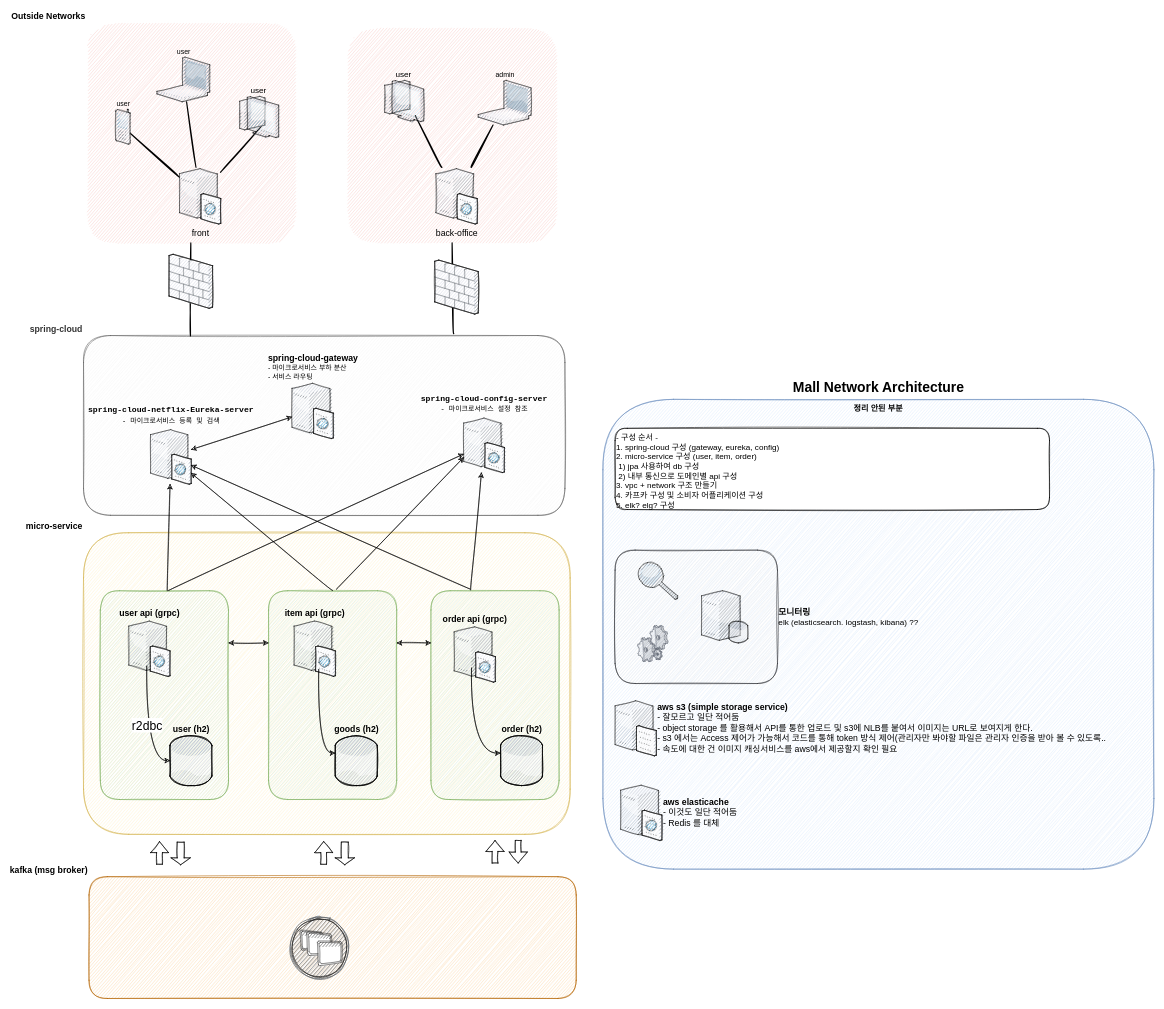
The draw.io diagram architecture/mall-architecture.drawio in kyoDaddy/spring-cloud-multi-module, before the edit. Source tidied: cells renumbered, new cells numbered last; positions are measured from the earlier drawing's top-left corner, leaving out a move shared by most shapes. Both pictures are drawn from the tidied source at 58%, with x=0, y=0 at pixel (83, 22).
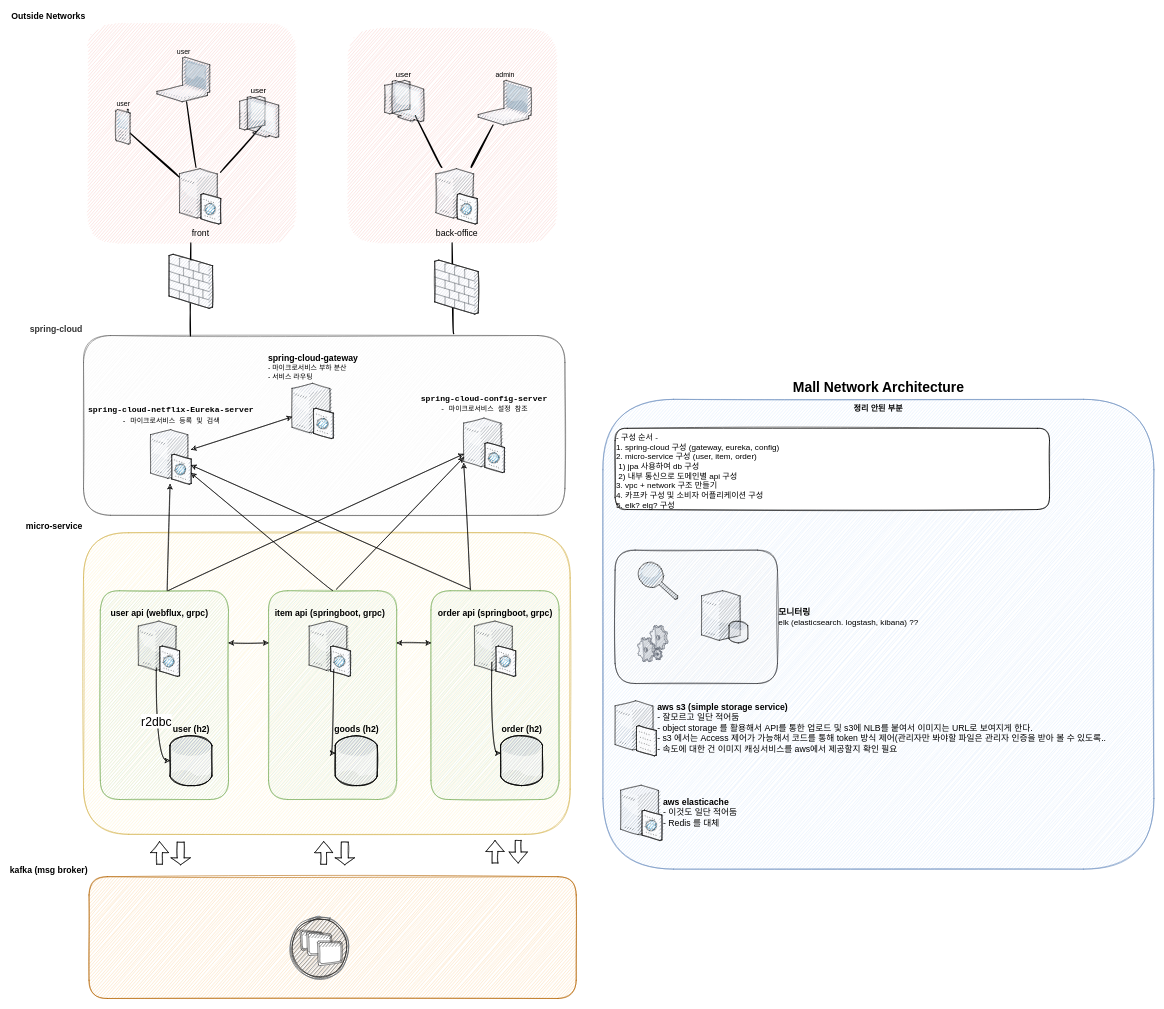
After the change.

The change refers to these unchanged cells:
```xml
<mxCell id="5" style="whiteSpace=wrap;html=1;fillColor=#d5e8d4;fontSize=14;strokeColor=#82b366;verticalAlign=top;sketch=1;rounded=1;" parent="1" vertex="1">
  <mxGeometry x="599.5" y="980" width="221" height="360" as="geometry" />
</mxCell>
<mxCell id="11" value="&lt;b&gt;user (h2)&lt;/b&gt;" style="verticalLabelPosition=top;html=1;verticalAlign=bottom;strokeColor=none;align=center;outlineConnect=0;shape=mxgraph.citrix.database;labelPosition=center;fontSize=15;sketch=1;rounded=1;" parent="1" vertex="1">
  <mxGeometry x="149.5" y="1230" width="73.1" height="86" as="geometry" />
</mxCell>
<mxCell id="56" value="&lt;div style=&quot;font-family: &amp;#34;consolas&amp;#34; , &amp;#34;courier new&amp;#34; , monospace ; font-size: 14px ; line-height: 19px&quot;&gt;spring-cloud-config-server&lt;/div&gt;&lt;div style=&quot;font-family: &amp;#34;consolas&amp;#34; , &amp;#34;courier new&amp;#34; , monospace ; font-size: 12px ; line-height: 19px&quot;&gt;&lt;span style=&quot;font-weight: normal&quot;&gt;- 마이크로서비스 설정 참조&lt;/span&gt;&lt;/div&gt;" style="verticalLabelPosition=top;html=1;verticalAlign=bottom;strokeColor=none;align=center;outlineConnect=0;shape=mxgraph.citrix.cache_server;labelPosition=center;fontSize=15;fontStyle=1;sketch=1;rounded=1;" parent="1" vertex="1">
  <mxGeometry x="656" y="680" width="70" height="96.1" as="geometry" />
</mxCell>
```

Diff of the diagram source:
```diff
@@
-    <mxCell id="9" value="&lt;b&gt;user api (grpc)&lt;/b&gt;" style="verticalLabelPosition=top;html=1;verticalAlign=bottom;strokeColor=none;shape=mxgraph.citrix.cache_server;fillColor=#66B2FF;gradientColor=#0066CC;fontSize=15;labelPosition=center;align=center;sketch=1;rounded=1;" parent="1" vertex="1">
-      <mxGeometry x="78.5" y="1030" width="71" height="97.5" as="geometry" />
+    <mxCell id="9" value="&lt;b&gt;user api (webflux, grpc)&lt;/b&gt;" style="verticalLabelPosition=top;html=1;verticalAlign=bottom;strokeColor=none;shape=mxgraph.citrix.cache_server;fillColor=#66B2FF;gradientColor=#0066CC;fontSize=15;labelPosition=center;align=center;sketch=1;rounded=1;" parent="1" vertex="1">
+      <mxGeometry x="95" y="1030" width="71" height="97.5" as="geometry" />
     </mxCell>
@@
-    <mxCell id="13" value="r2dbc" style="edgeStyle=elbowEdgeStyle;elbow=vertical;endArrow=classic;html=1;fontSize=21;sketch=1;curved=1;" parent="1" edge="1" target="11">
+    <mxCell id="13" value="r2dbc" style="edgeStyle=elbowEdgeStyle;elbow=vertical;endArrow=classic;html=1;fontSize=21;sketch=1;curved=1;exitX=0.437;exitY=0.851;exitDx=0;exitDy=0;exitPerimeter=0;" parent="1" edge="1" source="9" target="11">
       <mxGeometry relative="1" as="geometry">
-        <mxPoint x="109.5" y="1110" as="sourcePoint" />
         <Array as="points">
           <mxPoint x="99.5" y="1273" />
         </Array>
       </mxGeometry>
     </mxCell>
@@
-    <mxCell id="18" value="&lt;b&gt;order api (grpc)&lt;/b&gt;" style="verticalLabelPosition=top;html=1;verticalAlign=bottom;strokeColor=none;shape=mxgraph.citrix.cache_server;fillColor=#66B2FF;gradientColor=#0066CC;fontSize=15;labelPosition=center;align=center;sketch=1;rounded=1;" parent="1" vertex="1">
-      <mxGeometry x="639.5" y="1040" width="71" height="97.5" as="geometry" />
+    <mxCell id="18" value="&lt;b&gt;order api (springboot, grpc)&lt;/b&gt;" style="verticalLabelPosition=top;html=1;verticalAlign=bottom;strokeColor=none;shape=mxgraph.citrix.cache_server;fillColor=#66B2FF;gradientColor=#0066CC;fontSize=15;labelPosition=center;align=center;sketch=1;rounded=1;" parent="1" vertex="1">
+      <mxGeometry x="674.5" y="1030" width="71" height="97.5" as="geometry" />
     </mxCell>
-    <mxCell id="19" value="&lt;b&gt;item api (grpc)&lt;/b&gt;" style="verticalLabelPosition=top;html=1;verticalAlign=bottom;strokeColor=none;shape=mxgraph.citrix.cache_server;fillColor=#66B2FF;gradientColor=#0066CC;fontSize=15;labelPosition=center;align=center;sketch=1;rounded=1;" parent="1" vertex="1">
-      <mxGeometry x="363.5" y="1030" width="71" height="97.5" as="geometry" />
+    <mxCell id="19" value="&lt;b&gt;item api (springboot, grpc)&lt;/b&gt;" style="verticalLabelPosition=top;html=1;verticalAlign=bottom;strokeColor=none;shape=mxgraph.citrix.cache_server;fillColor=#66B2FF;gradientColor=#0066CC;fontSize=15;labelPosition=center;align=center;sketch=1;rounded=1;" parent="1" vertex="1">
+      <mxGeometry x="389.4" y="1030" width="71" height="97.5" as="geometry" />
     </mxCell>
@@
     <mxCell id="57" style="endArrow=classic;html=1;fontSize=18;fontColor=#000000;exitX=0.309;exitY=-0.002;exitDx=0;exitDy=0;exitPerimeter=0;sketch=1;curved=1;" parent="1" edge="1" source="5" target="56">
-      <mxGeometry relative="1" as="geometry" />
+      <mxGeometry relative="1" as="geometry">
+        <Array as="points">
+          <mxPoint x="656" y="760" />
+        </Array>
+      </mxGeometry>
     </mxCell>
```
